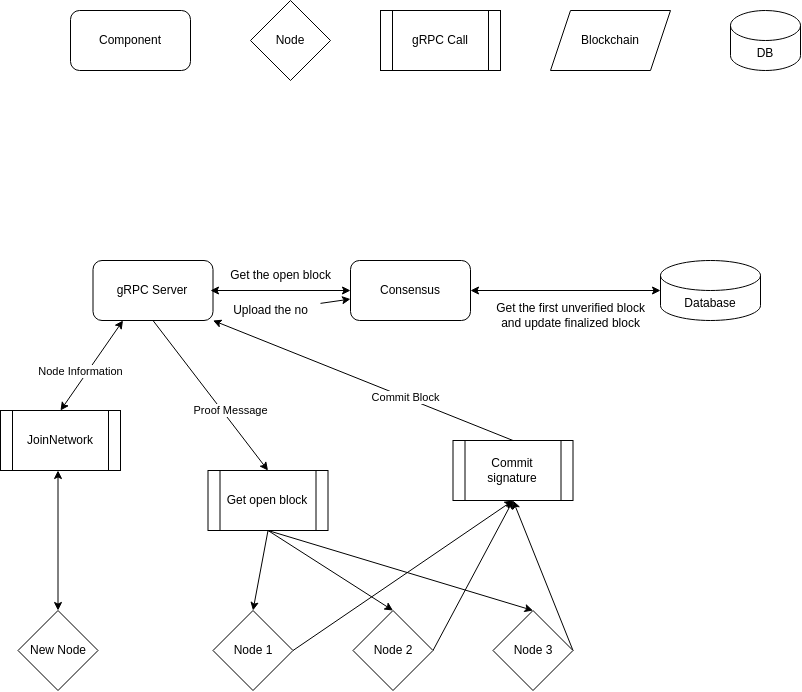
Lagrange-Labs/lsc-node keeps this draw.io diagram as docs/consensus.drawio.png. Above is the earlier version. Source tidied: cells renumbered, new cells last; positions are measured from the earlier drawing's top-left corner, leaving out a move shared by most shapes. Source of this version:
```xml
<mxGraphModel>
  <root>
    <mxCell id="0" />
    <mxCell id="1" parent="0" />
    <mxCell id="2" value="Component" style="rounded=1;whiteSpace=wrap;html=1;" parent="1" vertex="1">
      <mxGeometry x="70" y="10" width="120" height="60" as="geometry" />
    </mxCell>
    <mxCell id="3" value="Node" style="rhombus;whiteSpace=wrap;html=1;" parent="1" vertex="1">
      <mxGeometry x="250" width="80" height="80" as="geometry" />
    </mxCell>
    <mxCell id="4" value="gRPC Call" style="shape=process;whiteSpace=wrap;html=1;backgroundOutline=1;" parent="1" vertex="1">
      <mxGeometry x="380" y="10" width="120" height="60" as="geometry" />
    </mxCell>
    <mxCell id="5" value="DB" style="shape=cylinder3;whiteSpace=wrap;html=1;boundedLbl=1;backgroundOutline=1;size=15;" parent="1" vertex="1">
      <mxGeometry x="730" y="10" width="70" height="60" as="geometry" />
    </mxCell>
    <mxCell id="6" style="edgeStyle=none;html=1;exitX=0.5;exitY=1;exitDx=0;exitDy=0;entryX=0.5;entryY=0;entryDx=0;entryDy=0;startArrow=none;startFill=0;" parent="1" edge="1" source="8" target="29">
      <mxGeometry relative="1" as="geometry" />
    </mxCell>
    <mxCell id="7" value="Proof Message" style="edgeLabel;html=1;align=center;verticalAlign=middle;" parent="6" vertex="1">
      <mxGeometry x="0.24" y="3" relative="1" as="geometry">
        <mxPoint x="4" y="-1" as="offset" />
      </mxGeometry>
    </mxCell>
    <mxCell id="8" value="gRPC Server" style="rounded=1;whiteSpace=wrap;html=1;" parent="1" vertex="1">
      <mxGeometry x="92.5" y="260" width="120" height="60" as="geometry" />
    </mxCell>
    <mxCell id="9" value="Blockchain" style="shape=parallelogram;perimeter=parallelogramPerimeter;whiteSpace=wrap;html=1;fixedSize=1;" parent="1" vertex="1">
      <mxGeometry x="550" y="10" width="120" height="60" as="geometry" />
    </mxCell>
    <mxCell id="10" style="edgeStyle=none;html=1;entryX=0.25;entryY=1;entryDx=0;entryDy=0;exitX=0.5;exitY=0;exitDx=0;exitDy=0;startArrow=classic;startFill=1;" parent="1" edge="1" source="12" target="8">
      <mxGeometry relative="1" as="geometry" />
    </mxCell>
    <mxCell id="11" value="Node Information" style="edgeLabel;html=1;align=center;verticalAlign=middle;" parent="10" vertex="1">
      <mxGeometry x="-0.39" y="-1" relative="1" as="geometry">
        <mxPoint y="-13" as="offset" />
      </mxGeometry>
    </mxCell>
    <mxCell id="12" value="JoinNetwork" style="shape=process;whiteSpace=wrap;html=1;backgroundOutline=1;" parent="1" vertex="1">
      <mxGeometry y="410" width="120" height="60" as="geometry" />
    </mxCell>
    <mxCell id="13" style="edgeStyle=none;html=1;exitX=0.5;exitY=0;exitDx=0;exitDy=0;entryX=0.5;entryY=1;entryDx=0;entryDy=0;startArrow=classic;startFill=1;" parent="1" edge="1" source="14">
      <mxGeometry relative="1" as="geometry">
        <mxPoint x="57.5" y="470" as="targetPoint" />
      </mxGeometry>
    </mxCell>
    <mxCell id="14" value="New Node" style="rhombus;whiteSpace=wrap;html=1;" parent="1" vertex="1">
      <mxGeometry x="17.5" y="610" width="80" height="80" as="geometry" />
    </mxCell>
    <mxCell id="15" style="edgeStyle=none;html=1;exitX=0;exitY=0.5;exitDx=0;exitDy=0;startArrow=classic;startFill=1;" parent="1" edge="1" source="18">
      <mxGeometry relative="1" as="geometry">
        <mxPoint x="210" y="290" as="targetPoint" />
      </mxGeometry>
    </mxCell>
    <mxCell id="16" value="Database" style="shape=cylinder3;whiteSpace=wrap;html=1;boundedLbl=1;backgroundOutline=1;size=15;" parent="1" vertex="1">
      <mxGeometry x="660" y="260" width="100" height="60" as="geometry" />
    </mxCell>
    <mxCell id="17" style="edgeStyle=none;html=1;startArrow=classic;startFill=1;exitX=1;exitY=0.5;exitDx=0;exitDy=0;entryX=0;entryY=0.5;entryDx=0;entryDy=0;entryPerimeter=0;" parent="1" edge="1" source="18" target="16">
      <mxGeometry relative="1" as="geometry" />
    </mxCell>
    <mxCell id="18" value="Consensus" style="rounded=1;whiteSpace=wrap;html=1;" parent="1" vertex="1">
      <mxGeometry x="350" y="260" width="120" height="60" as="geometry" />
    </mxCell>
    <mxCell id="19" value="Get the first unverified block&lt;br&gt;and update finalized block" style="text;html=1;align=center;verticalAlign=middle;points=[];strokeColor=none;fillColor=none;" parent="1" vertex="1">
      <mxGeometry x="485" y="295" width="170" height="40" as="geometry" />
    </mxCell>
    <mxCell id="20" style="edgeStyle=none;html=1;exitX=1;exitY=0.5;exitDx=0;exitDy=0;entryX=0.5;entryY=1;entryDx=0;entryDy=0;startArrow=none;startFill=0;" parent="1" edge="1" source="21" target="32">
      <mxGeometry relative="1" as="geometry" />
    </mxCell>
    <mxCell id="21" value="Node 1" style="rhombus;whiteSpace=wrap;html=1;" parent="1" vertex="1">
      <mxGeometry x="212.5" y="610" width="80" height="80" as="geometry" />
    </mxCell>
    <mxCell id="22" style="edgeStyle=none;html=1;exitX=1;exitY=0.5;exitDx=0;exitDy=0;startArrow=none;startFill=0;entryX=0.5;entryY=1;entryDx=0;entryDy=0;" parent="1" edge="1" source="23" target="32">
      <mxGeometry relative="1" as="geometry" />
    </mxCell>
    <mxCell id="23" value="Node 2" style="rhombus;whiteSpace=wrap;html=1;" parent="1" vertex="1">
      <mxGeometry x="352.5" y="610" width="80" height="80" as="geometry" />
    </mxCell>
    <mxCell id="24" style="edgeStyle=none;html=1;exitX=1;exitY=0.5;exitDx=0;exitDy=0;entryX=0.5;entryY=1;entryDx=0;entryDy=0;startArrow=none;startFill=0;" parent="1" edge="1" source="25" target="32">
      <mxGeometry relative="1" as="geometry" />
    </mxCell>
    <mxCell id="25" value="Node 3" style="rhombus;whiteSpace=wrap;html=1;" parent="1" vertex="1">
      <mxGeometry x="492.5" y="610" width="80" height="80" as="geometry" />
    </mxCell>
    <mxCell id="26" style="edgeStyle=none;html=1;exitX=0.5;exitY=1;exitDx=0;exitDy=0;entryX=0.5;entryY=0;entryDx=0;entryDy=0;startArrow=none;startFill=0;" parent="1" edge="1" source="29" target="21">
      <mxGeometry relative="1" as="geometry" />
    </mxCell>
    <mxCell id="27" style="edgeStyle=none;html=1;exitX=0.5;exitY=1;exitDx=0;exitDy=0;entryX=0.5;entryY=0;entryDx=0;entryDy=0;startArrow=none;startFill=0;" parent="1" edge="1" source="29" target="23">
      <mxGeometry relative="1" as="geometry" />
    </mxCell>
    <mxCell id="28" style="edgeStyle=none;html=1;exitX=0.5;exitY=1;exitDx=0;exitDy=0;entryX=0.5;entryY=0;entryDx=0;entryDy=0;startArrow=none;startFill=0;" parent="1" edge="1" source="29" target="25">
      <mxGeometry relative="1" as="geometry" />
    </mxCell>
    <mxCell id="29" value="Get open block" style="shape=process;whiteSpace=wrap;html=1;backgroundOutline=1;" parent="1" vertex="1">
      <mxGeometry x="207.5" y="470" width="120" height="60" as="geometry" />
    </mxCell>
    <mxCell id="30" style="edgeStyle=none;html=1;exitX=0.5;exitY=0;exitDx=0;exitDy=0;entryX=1;entryY=1;entryDx=0;entryDy=0;startArrow=none;startFill=0;" parent="1" edge="1" source="32" target="8">
      <mxGeometry relative="1" as="geometry" />
    </mxCell>
    <mxCell id="31" value="Commit Block" style="edgeLabel;html=1;align=center;verticalAlign=middle;" parent="30" vertex="1">
      <mxGeometry x="0.13" y="-2" relative="1" as="geometry">
        <mxPoint x="60" y="26" as="offset" />
      </mxGeometry>
    </mxCell>
    <mxCell id="32" value="Commit signature" style="shape=process;whiteSpace=wrap;html=1;backgroundOutline=1;" parent="1" vertex="1">
      <mxGeometry x="452.5" y="440" width="120" height="60" as="geometry" />
    </mxCell>
    <mxCell id="33" value="Get the open block" style="text;html=1;align=center;verticalAlign=middle;points=[];strokeColor=none;fillColor=none;" parent="1" vertex="1">
      <mxGeometry x="220" y="260" width="120" height="30" as="geometry" />
    </mxCell>
    <mxCell id="34" style="edgeStyle=none;html=1;" parent="1" edge="1" source="35" target="18">
      <mxGeometry relative="1" as="geometry" />
    </mxCell>
    <mxCell id="35" value="Upload the no" style="text;html=1;align=center;verticalAlign=middle;points=[];strokeColor=none;fillColor=none;" parent="1" vertex="1">
      <mxGeometry x="220" y="295" width="100" height="30" as="geometry" />
    </mxCell>
  </root>
</mxGraphModel>
```
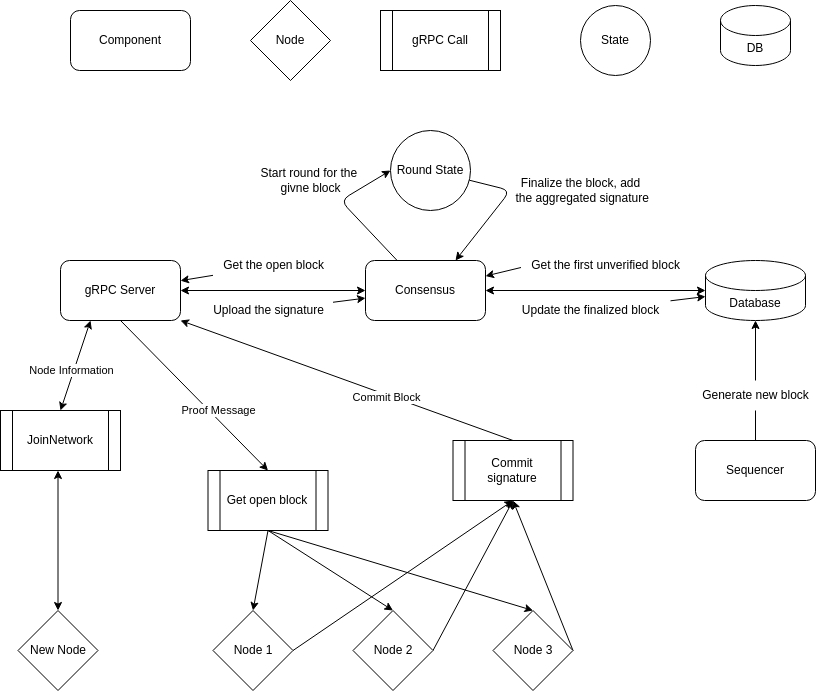
The same diagram one commit later.

Diff of the diagram source:
```diff
@@ -12,7 +12,7 @@
       <mxGeometry x="380" y="10" width="120" height="60" as="geometry" />
     </mxCell>
     <mxCell id="5" value="DB" style="shape=cylinder3;whiteSpace=wrap;html=1;boundedLbl=1;backgroundOutline=1;size=15;" parent="1" vertex="1">
-      <mxGeometry x="730" y="10" width="70" height="60" as="geometry" />
+      <mxGeometry x="720" y="5" width="70" height="60" as="geometry" />
     </mxCell>
     <mxCell id="6" style="edgeStyle=none;html=1;exitX=0.5;exitY=1;exitDx=0;exitDy=0;entryX=0.5;entryY=0;entryDx=0;entryDy=0;startArrow=none;startFill=0;" parent="1" edge="1" source="8" target="29">
       <mxGeometry relative="1" as="geometry" />
@@ -23,11 +23,8 @@
       </mxGeometry>
     </mxCell>
     <mxCell id="8" value="gRPC Server" style="rounded=1;whiteSpace=wrap;html=1;" parent="1" vertex="1">
-      <mxGeometry x="92.5" y="260" width="120" height="60" as="geometry" />
+      <mxGeometry x="60" y="260" width="120" height="60" as="geometry" />
     </mxCell>
-    <mxCell id="9" value="Blockchain" style="shape=parallelogram;perimeter=parallelogramPerimeter;whiteSpace=wrap;html=1;fixedSize=1;" parent="1" vertex="1">
-      <mxGeometry x="550" y="10" width="120" height="60" as="geometry" />
-    </mxCell>
     <mxCell id="10" style="edgeStyle=none;html=1;entryX=0.25;entryY=1;entryDx=0;entryDy=0;exitX=0.5;exitY=0;exitDx=0;exitDy=0;startArrow=classic;startFill=1;" parent="1" edge="1" source="12" target="8">
       <mxGeometry relative="1" as="geometry" />
     </mxCell>
@@ -47,22 +44,30 @@
     <mxCell id="14" value="New Node" style="rhombus;whiteSpace=wrap;html=1;" parent="1" vertex="1">
       <mxGeometry x="17.5" y="610" width="80" height="80" as="geometry" />
     </mxCell>
-    <mxCell id="15" style="edgeStyle=none;html=1;exitX=0;exitY=0.5;exitDx=0;exitDy=0;startArrow=classic;startFill=1;" parent="1" edge="1" source="18">
-      <mxGeometry relative="1" as="geometry">
-        <mxPoint x="210" y="290" as="targetPoint" />
-      </mxGeometry>
+    <mxCell id="15" style="edgeStyle=none;html=1;exitX=0;exitY=0.5;exitDx=0;exitDy=0;startArrow=classic;startFill=1;entryX=1;entryY=0.5;entryDx=0;entryDy=0;" parent="1" edge="1" source="18" target="8">
+      <mxGeometry relative="1" as="geometry" />
     </mxCell>
     <mxCell id="16" value="Database" style="shape=cylinder3;whiteSpace=wrap;html=1;boundedLbl=1;backgroundOutline=1;size=15;" parent="1" vertex="1">
-      <mxGeometry x="660" y="260" width="100" height="60" as="geometry" />
+      <mxGeometry x="705" y="260" width="100" height="60" as="geometry" />
     </mxCell>
     <mxCell id="17" style="edgeStyle=none;html=1;startArrow=classic;startFill=1;exitX=1;exitY=0.5;exitDx=0;exitDy=0;entryX=0;entryY=0.5;entryDx=0;entryDy=0;entryPerimeter=0;" parent="1" edge="1" source="18" target="16">
       <mxGeometry relative="1" as="geometry" />
     </mxCell>
+    <mxCell id="36" style="edgeStyle=none;html=1;entryX=0;entryY=0.5;entryDx=0;entryDy=0;" parent="1" edge="1" source="18" target="43">
+      <mxGeometry relative="1" as="geometry">
+        <Array as="points">
+          <mxPoint x="340" y="200" />
+        </Array>
+      </mxGeometry>
+    </mxCell>
     <mxCell id="18" value="Consensus" style="rounded=1;whiteSpace=wrap;html=1;" parent="1" vertex="1">
-      <mxGeometry x="350" y="260" width="120" height="60" as="geometry" />
+      <mxGeometry x="365" y="260" width="120" height="60" as="geometry" />
     </mxCell>
+    <mxCell id="37" style="edgeStyle=none;html=1;" parent="1" edge="1" source="19" target="16">
+      <mxGeometry relative="1" as="geometry" />
+    </mxCell>
-    <mxCell id="19" value="Get the first unverified block&lt;br&gt;and update finalized block" style="text;html=1;align=center;verticalAlign=middle;points=[];strokeColor=none;fillColor=none;" parent="1" vertex="1">
-      <mxGeometry x="485" y="295" width="170" height="40" as="geometry" />
+    <mxCell id="19" value="Update the finalized block" style="text;html=1;align=center;verticalAlign=middle;points=[];strokeColor=none;fillColor=none;" parent="1" vertex="1">
+      <mxGeometry x="510" y="295" width="160" height="30" as="geometry" />
     </mxCell>
     <mxCell id="20" style="edgeStyle=none;html=1;exitX=1;exitY=0.5;exitDx=0;exitDy=0;entryX=0.5;entryY=1;entryDx=0;entryDy=0;startArrow=none;startFill=0;" parent="1" edge="1" source="21" target="32">
       <mxGeometry relative="1" as="geometry" />
@@ -105,14 +110,54 @@
     <mxCell id="32" value="Commit signature" style="shape=process;whiteSpace=wrap;html=1;backgroundOutline=1;" parent="1" vertex="1">
       <mxGeometry x="452.5" y="440" width="120" height="60" as="geometry" />
     </mxCell>
+    <mxCell id="38" style="edgeStyle=none;html=1;" parent="1" edge="1" source="33" target="8">
+      <mxGeometry relative="1" as="geometry" />
+    </mxCell>
     <mxCell id="33" value="Get the open block" style="text;html=1;align=center;verticalAlign=middle;points=[];strokeColor=none;fillColor=none;" parent="1" vertex="1">
-      <mxGeometry x="220" y="260" width="120" height="30" as="geometry" />
+      <mxGeometry x="212.5" y="250" width="120" height="30" as="geometry" />
     </mxCell>
     <mxCell id="34" style="edgeStyle=none;html=1;" parent="1" edge="1" source="35" target="18">
       <mxGeometry relative="1" as="geometry" />
     </mxCell>
-    <mxCell id="35" value="Upload the no" style="text;html=1;align=center;verticalAlign=middle;points=[];strokeColor=none;fillColor=none;" parent="1" vertex="1">
-      <mxGeometry x="220" y="295" width="100" height="30" as="geometry" />
+    <mxCell id="35" value="Upload the signature" style="text;html=1;align=center;verticalAlign=middle;points=[];strokeColor=none;fillColor=none;" parent="1" vertex="1">
+      <mxGeometry x="202.5" y="295" width="130" height="30" as="geometry" />
     </mxCell>
+    <mxCell id="39" style="edgeStyle=none;html=1;exitX=0.003;exitY=0.567;exitDx=0;exitDy=0;exitPerimeter=0;" parent="1" edge="1" source="40" target="18">
+      <mxGeometry relative="1" as="geometry" />
+    </mxCell>
+    <mxCell id="40" value="Get the first unverified block" style="text;html=1;align=center;verticalAlign=middle;points=[];strokeColor=none;fillColor=none;" parent="1" vertex="1">
+      <mxGeometry x="520" y="250" width="170" height="30" as="geometry" />
+    </mxCell>
+    <mxCell id="41" value="State" style="ellipse;whiteSpace=wrap;html=1;" parent="1" vertex="1">
+      <mxGeometry x="580" y="5" width="70" height="70" as="geometry" />
+    </mxCell>
+    <mxCell id="42" style="edgeStyle=none;html=1;entryX=0.75;entryY=0;entryDx=0;entryDy=0;" parent="1" edge="1" source="43" target="18">
+      <mxGeometry relative="1" as="geometry">
+        <Array as="points">
+          <mxPoint x="510" y="190" />
+        </Array>
+      </mxGeometry>
+    </mxCell>
+    <mxCell id="43" value="Round State" style="ellipse;whiteSpace=wrap;html=1;" parent="1" vertex="1">
+      <mxGeometry x="390" y="130" width="80" height="80" as="geometry" />
+    </mxCell>
+    <mxCell id="44" value="Start round for the &lt;br&gt;givne block" style="text;html=1;align=center;verticalAlign=middle;strokeColor=none;fillColor=none;" parent="1" vertex="1">
+      <mxGeometry x="250" y="160" width="120" height="40" as="geometry" />
+    </mxCell>
+    <mxCell id="45" value="Finalize the block,&amp;nbsp;add&lt;br&gt;&amp;nbsp;the aggregated signature" style="text;html=1;align=center;verticalAlign=middle;strokeColor=none;fillColor=none;" parent="1" vertex="1">
+      <mxGeometry x="500" y="170" width="160" height="40" as="geometry" />
+    </mxCell>
+    <mxCell id="46" style="edgeStyle=none;html=1;entryX=0.5;entryY=1;entryDx=0;entryDy=0;entryPerimeter=0;startArrow=none;" parent="1" edge="1" source="49" target="16">
+      <mxGeometry relative="1" as="geometry" />
+    </mxCell>
+    <mxCell id="47" value="Sequencer" style="rounded=1;whiteSpace=wrap;html=1;" parent="1" vertex="1">
+      <mxGeometry x="695" y="440" width="120" height="60" as="geometry" />
+    </mxCell>
+    <mxCell id="48" style="edgeStyle=none;html=1;entryX=0.5;entryY=1;entryDx=0;entryDy=0;entryPerimeter=0;endArrow=none;" parent="1" edge="1" source="47" target="49">
+      <mxGeometry relative="1" as="geometry" />
+    </mxCell>
+    <mxCell id="49" value="Generate new block" style="text;html=1;align=center;verticalAlign=middle;points=[];strokeColor=none;fillColor=none;" parent="1" vertex="1">
+      <mxGeometry x="690" y="380" width="130" height="30" as="geometry" />
+    </mxCell>
   </root>
 </mxGraphModel>
```
